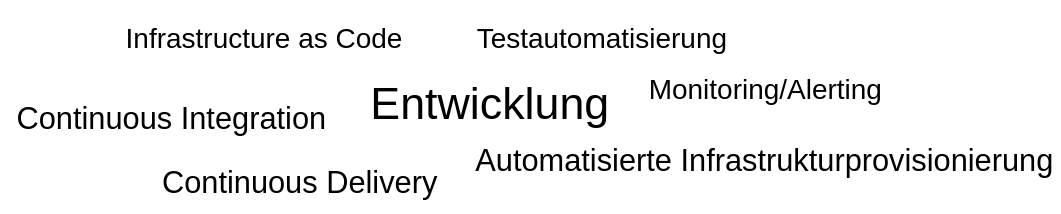
The draw.io diagram img/diagram_17.svg in iteratec/techcamp-devops-slides, before a commit. Source tidied: cells renumbered, new cells last; positions are measured from the earlier drawing's top-left corner, leaving out a move shared by most shapes. The source it was exported from:
```xml
<mxGraphModel>
  <root>
    <mxCell id="0" />
    <mxCell id="1" parent="0" />
    <mxCell id="2" style="rounded=0;whiteSpace=wrap;html=1;shadow=0;comic=1;strokeWidth=1;fontSize=32;align=center;fillColor=none;strokeColor=none;" parent="1" vertex="1">
      <mxGeometry width="756" height="152" as="geometry" />
    </mxCell>
    <mxCell id="3" value="Entwicklung" style="text;html=1;align=left;verticalAlign=top;spacingTop=-4;fontSize=32;" parent="1" vertex="1">
      <mxGeometry x="261.5" y="51.5" width="120" height="30" as="geometry" />
    </mxCell>
    <mxCell id="4" value="&lt;div&gt;Infrastructure as Code&lt;/div&gt;" style="text;html=1;align=left;verticalAlign=top;spacingTop=-4;fontSize=20;" parent="1" vertex="1">
      <mxGeometry x="86.5" y="11.5" width="220" height="30" as="geometry" />
    </mxCell>
    <mxCell id="5" value="&lt;div&gt;&lt;br&gt;&lt;/div&gt;" style="text;html=1;align=left;verticalAlign=top;spacingTop=-4;fontSize=32;" parent="1" vertex="1">
      <mxGeometry x="452.5" y="1.5" width="20" height="40" as="geometry" />
    </mxCell>
    <mxCell id="6" value="Testautomatisierung" style="text;html=1;align=left;verticalAlign=top;spacingTop=-4;fontSize=20;" parent="1" vertex="1">
      <mxGeometry x="338" y="11.5" width="190" height="30" as="geometry" />
    </mxCell>
    <mxCell id="7" value="Monitoring/Alerting" style="text;html=1;align=left;verticalAlign=top;spacingTop=-4;fontSize=20;" parent="1" vertex="1">
      <mxGeometry x="461" y="49" width="180" height="30" as="geometry" />
    </mxCell>
    <mxCell id="8" value="&lt;font style=&quot;font-size: 22px&quot;&gt;Continuous Integration&lt;br&gt;&lt;/font&gt;" style="text;html=1;align=left;verticalAlign=top;spacingTop=-4;fontSize=32;" parent="1" vertex="1">
      <mxGeometry x="9" y="59" width="230" height="40" as="geometry" />
    </mxCell>
    <mxCell id="9" value="&lt;font style=&quot;font-size: 22px&quot;&gt;Continuous Delivery&lt;br&gt;&lt;/font&gt;" style="text;html=1;align=left;verticalAlign=top;spacingTop=-4;fontSize=32;" parent="1" vertex="1">
      <mxGeometry x="113" y="105" width="210" height="40" as="geometry" />
    </mxCell>
    <mxCell id="10" value="Automatisierte Infrastrukturprovisionierung" style="text;html=1;align=left;verticalAlign=top;spacingTop=-4;fontSize=22;" parent="1" vertex="1">
      <mxGeometry x="336.5" y="99" width="420" height="30" as="geometry" />
    </mxCell>
  </root>
</mxGraphModel>
```
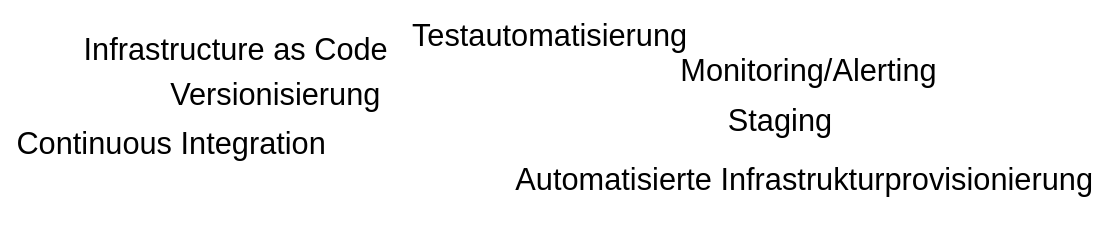
The same diagram one commit later.

Change to the diagram source:
```diff
@@ -2,32 +2,29 @@
   <root>
     <mxCell id="0" />
     <mxCell id="1" parent="0" />
-    <mxCell id="2" style="rounded=0;whiteSpace=wrap;html=1;shadow=0;comic=1;strokeWidth=1;fontSize=32;align=center;fillColor=none;strokeColor=none;" parent="1" vertex="1">
-      <mxGeometry width="756" height="152" as="geometry" />
+    <mxCell id="2" style="rounded=0;whiteSpace=wrap;html=1;shadow=0;comic=1;strokeWidth=1;fontSize=22;align=center;fillColor=none;strokeColor=none;" parent="1" vertex="1">
+      <mxGeometry x="-30" y="452" width="786" height="170" as="geometry" />
     </mxCell>
-    <mxCell id="3" value="Entwicklung" style="text;html=1;align=left;verticalAlign=top;spacingTop=-4;fontSize=32;" parent="1" vertex="1">
-      <mxGeometry x="261.5" y="51.5" width="120" height="30" as="geometry" />
+    <mxCell id="3" value="&lt;div style=&quot;font-size: 22px;&quot;&gt;Infrastructure as Code&lt;/div&gt;" style="text;html=1;align=left;verticalAlign=top;spacingTop=-4;fontSize=22;" parent="1" vertex="1">
+      <mxGeometry x="26.5" y="471.5" width="220" height="30" as="geometry" />
     </mxCell>
-    <mxCell id="4" value="&lt;div&gt;Infrastructure as Code&lt;/div&gt;" style="text;html=1;align=left;verticalAlign=top;spacingTop=-4;fontSize=20;" parent="1" vertex="1">
-      <mxGeometry x="86.5" y="11.5" width="220" height="30" as="geometry" />
+    <mxCell id="4" value="Testautomatisierung" style="text;html=1;align=left;verticalAlign=top;spacingTop=-4;fontSize=22;" parent="1" vertex="1">
+      <mxGeometry x="262" y="461.5" width="190" height="30" as="geometry" />
     </mxCell>
-    <mxCell id="5" value="&lt;div&gt;&lt;br&gt;&lt;/div&gt;" style="text;html=1;align=left;verticalAlign=top;spacingTop=-4;fontSize=32;" parent="1" vertex="1">
-      <mxGeometry x="452.5" y="1.5" width="20" height="40" as="geometry" />
+    <mxCell id="5" value="Monitoring/Alerting" style="text;html=1;align=left;verticalAlign=top;spacingTop=-4;fontSize=22;" parent="1" vertex="1">
+      <mxGeometry x="454" y="486.5" width="180" height="30" as="geometry" />
     </mxCell>
-    <mxCell id="6" value="Testautomatisierung" style="text;html=1;align=left;verticalAlign=top;spacingTop=-4;fontSize=20;" parent="1" vertex="1">
-      <mxGeometry x="338" y="11.5" width="190" height="30" as="geometry" />
+    <mxCell id="6" value="&lt;font style=&quot;font-size: 22px&quot;&gt;Continuous Integration&lt;br style=&quot;font-size: 22px;&quot;&gt;&lt;/font&gt;" style="text;html=1;align=left;verticalAlign=top;spacingTop=-4;fontSize=22;" parent="1" vertex="1">
+      <mxGeometry x="-21" y="539" width="230" height="40" as="geometry" />
     </mxCell>
-    <mxCell id="7" value="Monitoring/Alerting" style="text;html=1;align=left;verticalAlign=top;spacingTop=-4;fontSize=20;" parent="1" vertex="1">
-      <mxGeometry x="461" y="49" width="180" height="30" as="geometry" />
+    <mxCell id="7" value="Automatisierte Infrastrukturprovisionierung" style="text;html=1;align=left;verticalAlign=top;spacingTop=-4;fontSize=22;" parent="1" vertex="1">
+      <mxGeometry x="335.5" y="565" width="420" height="30" as="geometry" />
     </mxCell>
-    <mxCell id="8" value="&lt;font style=&quot;font-size: 22px&quot;&gt;Continuous Integration&lt;br&gt;&lt;/font&gt;" style="text;html=1;align=left;verticalAlign=top;spacingTop=-4;fontSize=32;" parent="1" vertex="1">
-      <mxGeometry x="9" y="59" width="230" height="40" as="geometry" />
+    <mxCell id="8" value="&lt;font style=&quot;font-size: 22px&quot;&gt;Staging&lt;/font&gt;" style="text;html=1;align=left;verticalAlign=top;spacingTop=-4;fontSize=22;" parent="1" vertex="1">
+      <mxGeometry x="487.5" y="523" width="90" height="20" as="geometry" />
     </mxCell>
-    <mxCell id="9" value="&lt;font style=&quot;font-size: 22px&quot;&gt;Continuous Delivery&lt;br&gt;&lt;/font&gt;" style="text;html=1;align=left;verticalAlign=top;spacingTop=-4;fontSize=32;" parent="1" vertex="1">
-      <mxGeometry x="113" y="105" width="210" height="40" as="geometry" />
+    <mxCell id="9" value="&lt;font style=&quot;font-size: 22px&quot;&gt;Versionisierung&lt;/font&gt;" style="text;html=1;align=left;verticalAlign=top;spacingTop=-4;fontSize=22;" parent="1" vertex="1">
+      <mxGeometry x="88.5" y="504" width="160" height="20" as="geometry" />
     </mxCell>
-    <mxCell id="10" value="Automatisierte Infrastrukturprovisionierung" style="text;html=1;align=left;verticalAlign=top;spacingTop=-4;fontSize=22;" parent="1" vertex="1">
-      <mxGeometry x="336.5" y="99" width="420" height="30" as="geometry" />
-    </mxCell>
   </root>
 </mxGraphModel>
```
